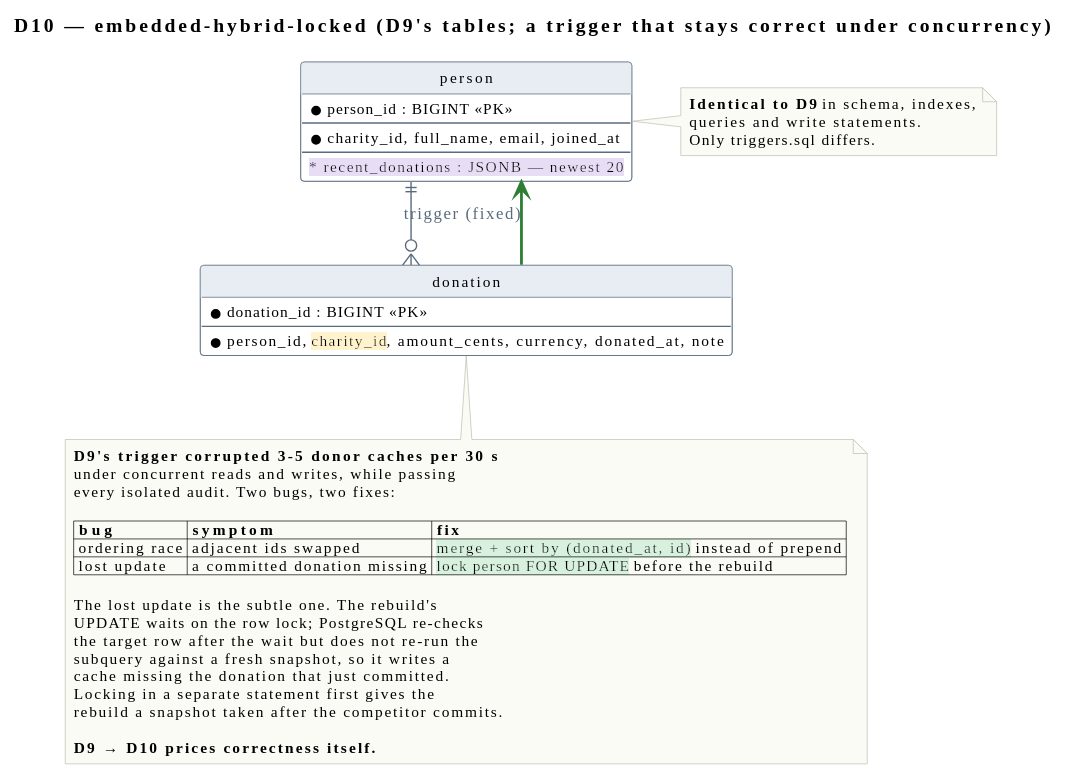
Earlier version of the PlantUML export studies/01-charity-tree/diagrams/rendered/d10_embedded_hybrid_locked.svg (xiles84/architecture_design_studies).
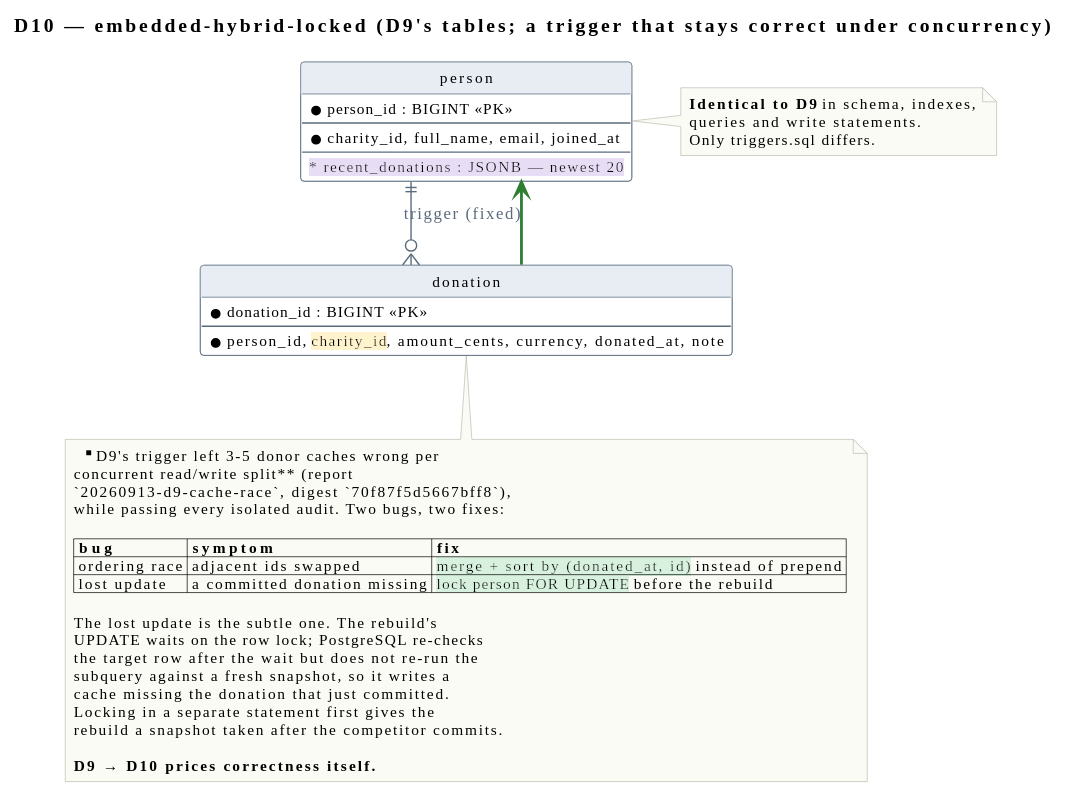
After the change.

Commit message:
Audit committed diagram sources; scope the D3 heap claim

What changed in the source:
```diff
@@ -24,9 +24,10 @@
 end note
 
 note bottom of d
-  **D9's trigger corrupted 3-5 donor caches per 30 s**
-  under concurrent reads and writes, while passing
-  every isolated audit. Two bugs, two fixes:
+  **D9's trigger left 3-5 donor caches wrong per
+  concurrent read/write split** (report
+  `20260913-d9-cache-race`, digest `70f87f5d5667bff8`),
+  while passing every isolated audit. Two bugs, two fixes:
 
   |= bug |= symptom |= fix |
   | ordering race | adjacent ids swapped | <back:#D8F0DE>merge + sort by (donated_at, id)</back> instead of prepend |
```
